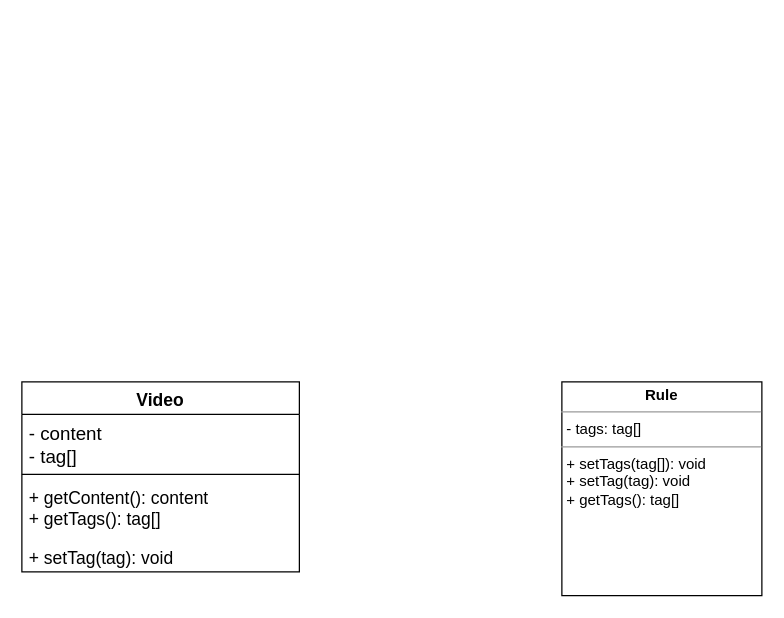
The draw.io diagram uml_diagram/Untitled Diagram.drawio in lenow55/video_filters, before the edit. Source tidied: cells renumbered, new cells numbered last; positions are measured from the earlier drawing's top-left corner, leaving out a move shared by most shapes. Both pictures are drawn from the tidied source at 125%, with x=0, y=0 at pixel (21, 381).
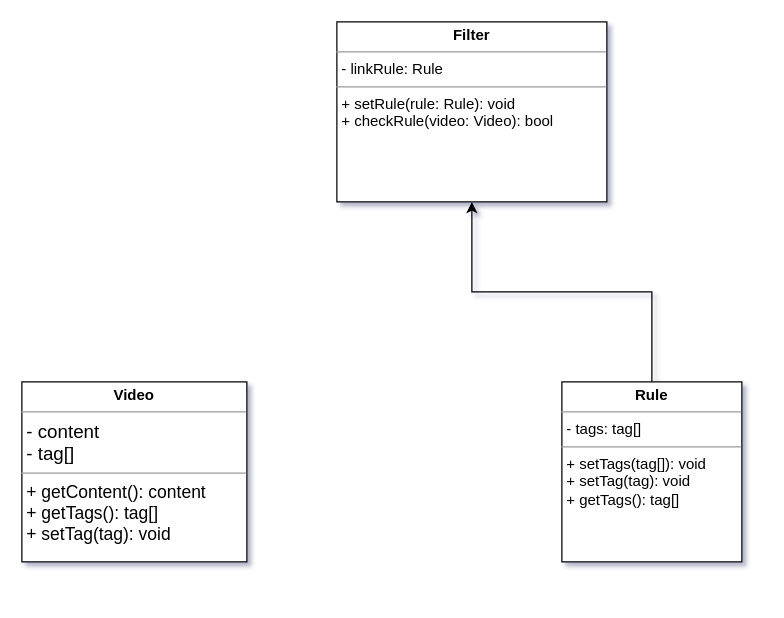
The same page after the edit.

What changed in the source:
```diff
@@
-<mxGraphModel>
+<mxGraphModel shadow="1">
   <root>
     <mxCell id="0" />
     <mxCell id="1" parent="0" />
-    <mxCell id="2" value="Video" style="swimlane;fontStyle=1;align=center;verticalAlign=top;horizontal=1;startSize=26;fontSize=14;" parent="1" vertex="1">
-      <mxGeometry width="222" height="152" as="geometry" />
-    </mxCell>
-    <mxCell id="3" value="- content&#10;- tag[]" style="text;strokeColor=none;fillColor=none;align=left;verticalAlign=top;spacingLeft=4;spacingRight=4;overflow=hidden;fontSize=15;" parent="2" vertex="1">
-      <mxGeometry y="26" width="222" height="44" as="geometry" />
-    </mxCell>
-    <mxCell id="4" style="line;strokeWidth=1;fillColor=none;align=left;verticalAlign=middle;spacingTop=-1;spacingLeft=3;spacingRight=3;labelPosition=right;" parent="2" vertex="1">
-      <mxGeometry y="70" width="222" height="8" as="geometry" />
-    </mxCell>
-    <mxCell id="5" value="+ getContent(): content&#10;+ getTags(): tag[]" style="text;strokeColor=none;fillColor=none;align=left;verticalAlign=top;spacingLeft=4;spacingRight=4;overflow=hidden;fontSize=14;" parent="2" vertex="1">
-      <mxGeometry y="78" width="222" height="48" as="geometry" />
-    </mxCell>
-    <mxCell id="6" value="+ setTag(tag): void" style="text;strokeColor=none;fillColor=none;align=left;verticalAlign=top;spacingLeft=4;spacingRight=4;overflow=hidden;fontSize=14;" parent="2" vertex="1">
-      <mxGeometry y="126" width="222" height="26" as="geometry" />
-    </mxCell>
+    <mxCell id="8" style="edgeStyle=orthogonalEdgeStyle;rounded=0;jettySize=auto;html=1;fontSize=14;" parent="1" edge="1" source="7" target="9">
+      <mxGeometry relative="1" as="geometry" />
+    </mxCell>
     <mxCell id="7" value="&lt;p style=&quot;margin: 0px ; margin-top: 4px ; text-align: center&quot;&gt;&lt;b&gt;Rule&lt;/b&gt;&lt;/p&gt;&lt;hr size=&quot;1&quot;&gt;&lt;p style=&quot;margin: 0px ; margin-left: 4px&quot;&gt;- tags: tag[]&lt;/p&gt;&lt;hr size=&quot;1&quot;&gt;&lt;p style=&quot;margin: 0px ; margin-left: 4px&quot;&gt;+ setTags(tag[]): void&lt;/p&gt;&lt;p style=&quot;margin: 0px ; margin-left: 4px&quot;&gt;+ setTag(tag): void&lt;/p&gt;&lt;p style=&quot;margin: 0px ; margin-left: 4px&quot;&gt;+ getTags(): tag[]&lt;/p&gt;" style="verticalAlign=top;align=left;overflow=fill;fontSize=12;fontFamily=Helvetica;html=1;" parent="1" vertex="1">
-      <mxGeometry x="432" width="160" height="171" as="geometry" />
+      <mxGeometry x="432" width="144" height="144" as="geometry" />
     </mxCell>
+    <mxCell id="9" value="&lt;p style=&quot;margin: 0px ; margin-top: 4px ; text-align: center&quot;&gt;&lt;b&gt;Filter&lt;/b&gt;&lt;/p&gt;&lt;hr size=&quot;1&quot;&gt;&lt;p style=&quot;margin: 0px ; margin-left: 4px&quot;&gt;- linkRule: Rule&lt;/p&gt;&lt;hr size=&quot;1&quot;&gt;&lt;p style=&quot;margin: 0px ; margin-left: 4px&quot;&gt;+ setRule(rule: Rule): void&lt;/p&gt;&lt;p style=&quot;margin: 0px ; margin-left: 4px&quot;&gt;+ checkRule(video: Video): bool&lt;/p&gt;" style="verticalAlign=top;align=left;overflow=fill;fontSize=12;fontFamily=Helvetica;html=1;" parent="1" vertex="1">
+      <mxGeometry x="252" y="-288" width="216" height="144" as="geometry" />
+    </mxCell>
+    <mxCell id="10" value="&lt;p style=&quot;margin: 0px ; margin-top: 4px ; text-align: center&quot;&gt;&lt;b&gt;Video&lt;/b&gt;&lt;/p&gt;&lt;hr size=&quot;1&quot;&gt;&lt;p style=&quot;margin: 0px ; margin-left: 4px&quot;&gt;&lt;span style=&quot;font-size: 15px&quot;&gt;- content&lt;/span&gt;&lt;br style=&quot;padding: 0px ; margin: 0px ; font-size: 15px&quot;&gt;&lt;span style=&quot;font-size: 15px&quot;&gt;- tag[]&lt;/span&gt;&lt;br&gt;&lt;/p&gt;&lt;hr size=&quot;1&quot;&gt;&lt;p style=&quot;margin: 0px ; margin-left: 4px&quot;&gt;&lt;span style=&quot;font-size: 14px&quot;&gt;+ getContent(): content&lt;/span&gt;&lt;br style=&quot;padding: 0px ; margin: 0px ; font-size: 14px&quot;&gt;&lt;span style=&quot;font-size: 14px&quot;&gt;+ getTags(): tag[]&lt;/span&gt;&lt;br&gt;&lt;/p&gt;&lt;p style=&quot;margin: 0px ; margin-left: 4px&quot;&gt;&lt;span style=&quot;font-size: 14px&quot;&gt;+ setTag(tag): void&lt;/span&gt;&lt;span style=&quot;font-size: 14px&quot;&gt;&lt;br&gt;&lt;/span&gt;&lt;/p&gt;&lt;p style=&quot;margin: 0px ; margin-left: 4px&quot;&gt;&lt;span style=&quot;font-size: 14px&quot;&gt;&lt;br&gt;&lt;/span&gt;&lt;/p&gt;" style="verticalAlign=top;align=left;overflow=fill;fontSize=12;fontFamily=Helvetica;html=1;" parent="1" vertex="1">
+      <mxGeometry width="180" height="144" as="geometry" />
+    </mxCell>
   </root>
 </mxGraphModel>
```
